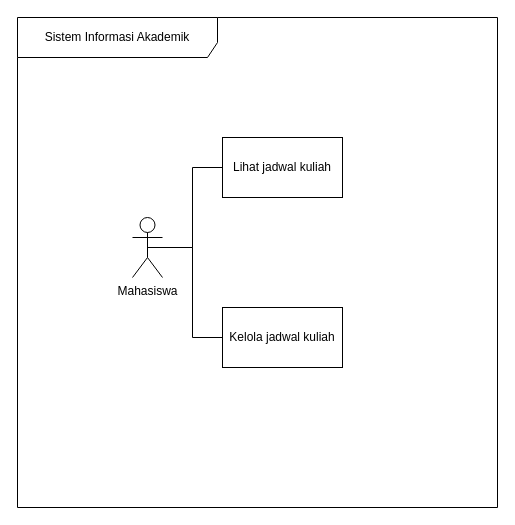
The draw.io diagram 03_latihan_tools/P02/P02_2406041_SIA_perbaikan_notasi_v01.drawio in RMZY25/IFRWP5149_2406041_LabAlat, before the edit. Source tidied: cells renumbered, new cells numbered last; positions are measured from the earlier drawing's top-left corner, leaving out a move shared by most shapes. Both pictures are drawn from the tidied source at 100%, with x=0, y=0 at pixel (17, 17).
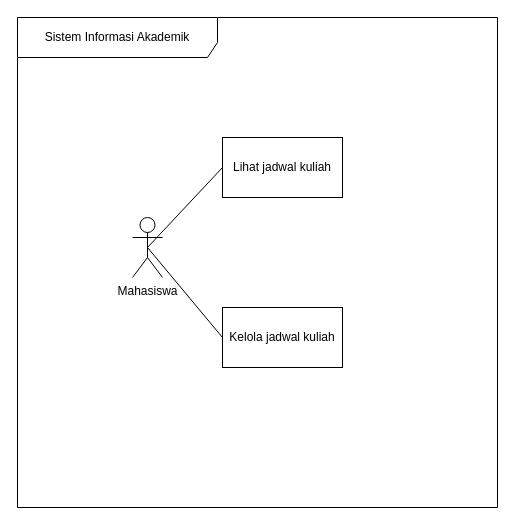
Above is the later version.

Diff of the diagram source:
```diff
@@
 <mxGraphModel>
   <root>
     <mxCell id="0" />
     <mxCell id="1" parent="0" />
     <mxCell id="2" value="Sistem Informasi Akademik" style="shape=umlFrame;whiteSpace=wrap;html=1;width=200;height=40;" parent="1" vertex="1">
       <mxGeometry width="480" height="490" as="geometry" />
     </mxCell>
-    <mxCell id="3" style="edgeStyle=orthogonalEdgeStyle;rounded=0;jettySize=auto;html=1;exitX=0.5;exitY=0.5;exitDx=0;exitDy=0;exitPerimeter=0;entryX=0;entryY=0.5;entryDx=0;entryDy=0;endArrow=none;endFill=0;" parent="2" edge="1" source="4" target="5">
+    <mxCell id="3" style="rounded=0;jettySize=auto;html=1;exitX=0.5;exitY=0.5;exitDx=0;exitDy=0;exitPerimeter=0;entryX=0;entryY=0.5;entryDx=0;entryDy=0;endArrow=none;endFill=0;" parent="2" edge="1" source="4" target="5">
       <mxGeometry relative="1" as="geometry" />
     </mxCell>
     <mxCell id="4" value="Mahasiswa" style="shape=umlActor;verticalLabelPosition=bottom;verticalAlign=top;html=1;" parent="2" vertex="1">
       <mxGeometry x="115" y="200" width="30" height="60" as="geometry" />
     </mxCell>
     <mxCell id="5" style="rounded=0;whiteSpace=wrap;html=1;" parent="2" vertex="1">
       <mxGeometry x="205" y="120" width="120" height="60" as="geometry" />
     </mxCell>
     <mxCell id="6" value="Lihat jadwal kuliah" style="text;html=1;whiteSpace=wrap;strokeColor=none;fillColor=none;align=center;verticalAlign=middle;rounded=0;" parent="2" vertex="1">
       <mxGeometry x="205" y="135" width="120" height="30" as="geometry" />
     </mxCell>
     <mxCell id="7" style="rounded=0;whiteSpace=wrap;html=1;" parent="2" vertex="1">
       <mxGeometry x="205" y="290" width="120" height="60" as="geometry" />
     </mxCell>
     <mxCell id="8" value="Kelola jadwal kuliah" style="text;html=1;whiteSpace=wrap;strokeColor=none;fillColor=none;align=center;verticalAlign=middle;rounded=0;" parent="2" vertex="1">
       <mxGeometry x="205" y="305" width="120" height="30" as="geometry" />
     </mxCell>
-    <mxCell id="9" style="edgeStyle=orthogonalEdgeStyle;rounded=0;jettySize=auto;html=1;exitX=0.5;exitY=0.5;exitDx=0;exitDy=0;exitPerimeter=0;entryX=0;entryY=0.5;entryDx=0;entryDy=0;endArrow=none;endFill=0;" parent="2" edge="1" source="4" target="8">
+    <mxCell id="9" style="rounded=0;jettySize=auto;html=1;exitX=0.5;exitY=0.5;exitDx=0;exitDy=0;exitPerimeter=0;entryX=0;entryY=0.5;entryDx=0;entryDy=0;endArrow=none;endFill=0;" parent="2" edge="1" source="4" target="8">
       <mxGeometry relative="1" as="geometry" />
     </mxCell>
   </root>
 </mxGraphModel>
```
